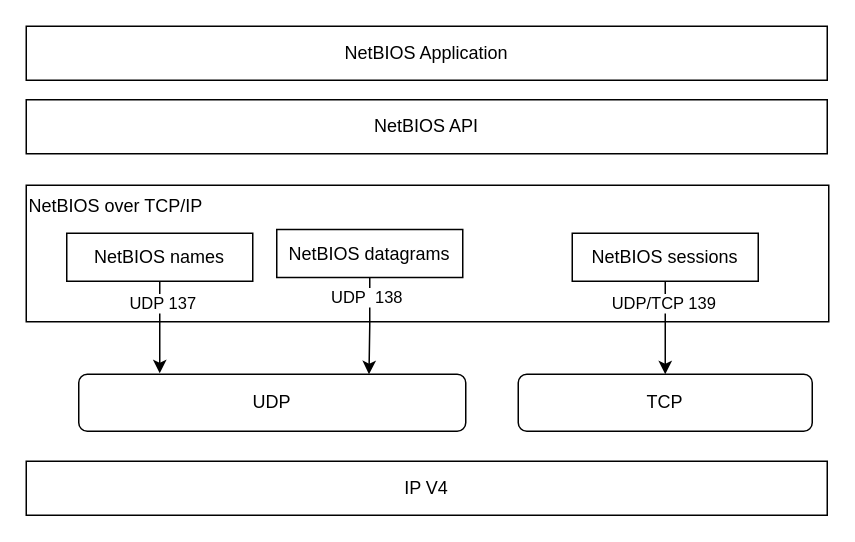
Earlier version of the draw.io diagram 内网/NetBIOS/NetBIOS.drawio (Guardian-JTZ/diagrams). Source tidied: cells renumbered, new cells numbered last; positions are measured from the earlier drawing's top-left corner, leaving out a move shared by most shapes. Both pictures are drawn from the tidied source at 150%, with x=0, y=0 at pixel (26, 26).
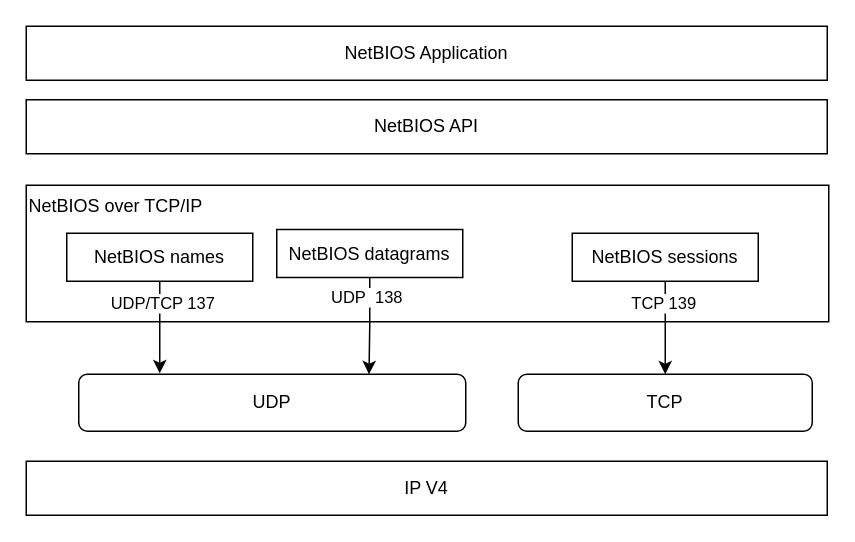
The same page after the edit.

Diff of the diagram source:
```diff
@@
 <mxGraphModel>
   <root>
     <mxCell id="0" />
     <mxCell id="1" parent="0" />
     <mxCell id="2" value="NetBIOS Application" style="rounded=0;whiteSpace=wrap;html=1;" parent="1" vertex="1">
       <mxGeometry width="534" height="36" as="geometry" />
     </mxCell>
     <mxCell id="3" value="NetBIOS API" style="rounded=0;whiteSpace=wrap;html=1;" parent="1" vertex="1">
       <mxGeometry y="49" width="534" height="36" as="geometry" />
     </mxCell>
     <mxCell id="4" value="NetBIOS over TCP/IP" style="rounded=0;whiteSpace=wrap;html=1;align=left;verticalAlign=top;" parent="1" vertex="1">
       <mxGeometry y="106" width="535" height="91" as="geometry" />
     </mxCell>
     <mxCell id="5" value="UDP" style="rounded=1;whiteSpace=wrap;html=1;" parent="1" vertex="1">
       <mxGeometry x="35" y="232" width="258" height="38" as="geometry" />
     </mxCell>
     <mxCell id="6" style="edgeStyle=orthogonalEdgeStyle;rounded=0;jettySize=auto;html=1;" parent="1" edge="1" source="8">
       <mxGeometry relative="1" as="geometry">
         <mxPoint x="89" y="231.4" as="targetPoint" />
       </mxGeometry>
     </mxCell>
-    <mxCell id="7" value="UDP 137" style="edgeLabel;html=1;align=center;verticalAlign=middle;" parent="6" vertex="1">
+    <mxCell id="7" value="UDP/TCP 137" style="edgeLabel;html=1;align=center;verticalAlign=middle;" parent="6" vertex="1">
       <mxGeometry x="-0.56" y="1" relative="1" as="geometry" />
     </mxCell>
     <mxCell id="8" value="NetBIOS names" style="rounded=0;whiteSpace=wrap;html=1;" parent="1" vertex="1">
       <mxGeometry x="27" y="138" width="124" height="32" as="geometry" />
     </mxCell>
     <mxCell id="9" style="edgeStyle=orthogonalEdgeStyle;rounded=0;jettySize=auto;html=1;entryX=0.75;entryY=0;entryDx=0;entryDy=0;" parent="1" edge="1" source="11" target="5">
       <mxGeometry relative="1" as="geometry" />
     </mxCell>
     <mxCell id="10" value="UDP&amp;nbsp; 138" style="edgeLabel;html=1;align=center;verticalAlign=middle;" parent="9" vertex="1">
       <mxGeometry x="-0.6" y="-3" relative="1" as="geometry" />
     </mxCell>
     <mxCell id="11" value="NetBIOS datagrams" style="rounded=0;whiteSpace=wrap;html=1;" parent="1" vertex="1">
       <mxGeometry x="167" y="135.5" width="124" height="32" as="geometry" />
     </mxCell>
     <mxCell id="12" value="TCP" style="rounded=1;whiteSpace=wrap;html=1;" parent="1" vertex="1">
       <mxGeometry x="328" y="232" width="196" height="38" as="geometry" />
     </mxCell>
     <mxCell id="13" style="edgeStyle=orthogonalEdgeStyle;rounded=0;jettySize=auto;html=1;" parent="1" edge="1" source="15" target="12">
       <mxGeometry relative="1" as="geometry" />
     </mxCell>
-    <mxCell id="14" value="UDP/TCP 139" style="edgeLabel;html=1;align=center;verticalAlign=middle;" parent="13" vertex="1">
+    <mxCell id="14" value="TCP 139" style="edgeLabel;html=1;align=center;verticalAlign=middle;" parent="13" vertex="1">
       <mxGeometry x="-0.56" y="-2" relative="1" as="geometry" />
     </mxCell>
     <mxCell id="15" value="NetBIOS sessions" style="rounded=0;whiteSpace=wrap;html=1;" parent="1" vertex="1">
       <mxGeometry x="364" y="138" width="124" height="32" as="geometry" />
     </mxCell>
     <mxCell id="16" value="IP V4" style="rounded=0;whiteSpace=wrap;html=1;" parent="1" vertex="1">
       <mxGeometry y="290" width="534" height="36" as="geometry" />
     </mxCell>
   </root>
 </mxGraphModel>
```
